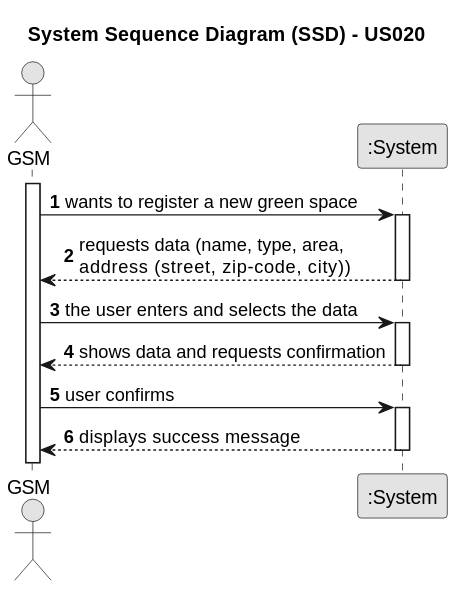
The PlantUML diagram docs/sprintC/us020/01.requirements-engineering/svg/us020-system-sequence-diagram-alternative-one.svg in ricardomm7/leaflink, before a commit.
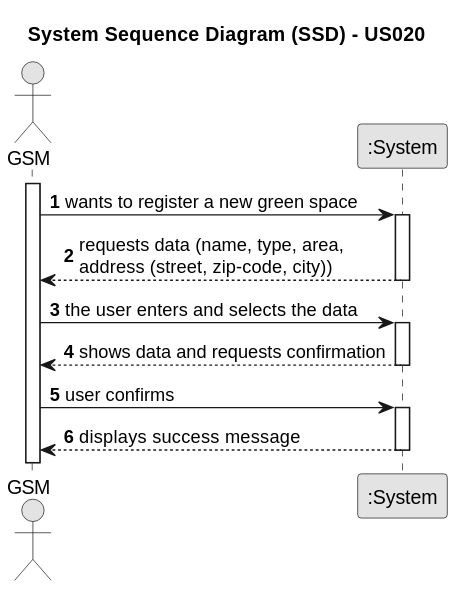
After the change.

Diff of the diagram source:
```diff
@@ -15,7 +15,7 @@
     GSM -> System : wants to register a new green space
     activate System
 
-        System --> GSM : requests data (name, type, area, \naddress (address, zip-code, city))
+        System --> GSM : requests data (name, type, area, \naddress (street, zip-code, city))
     deactivate System
     GSM -> System : the user enters and selects the data
     activate System
```
